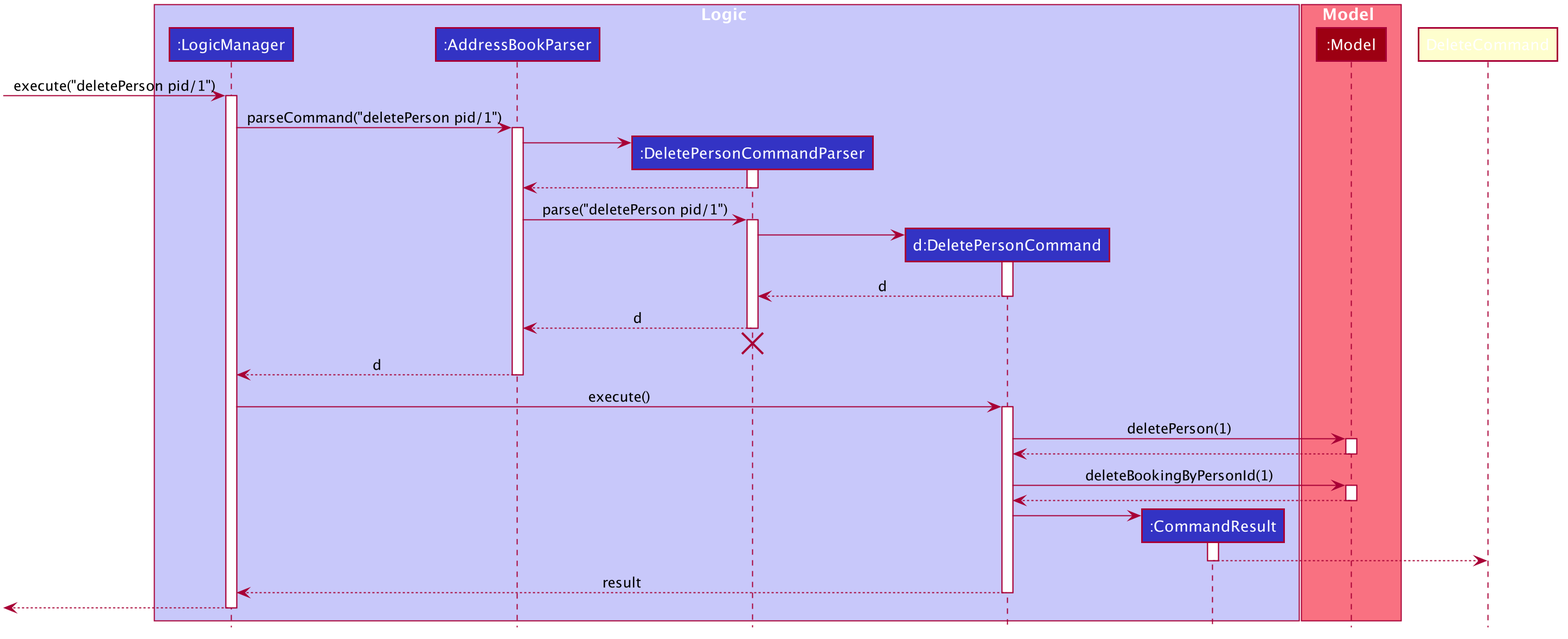
Earlier version of the PlantUML export docs/images/DeleteSequenceDiagram.png (zeling595/tp).
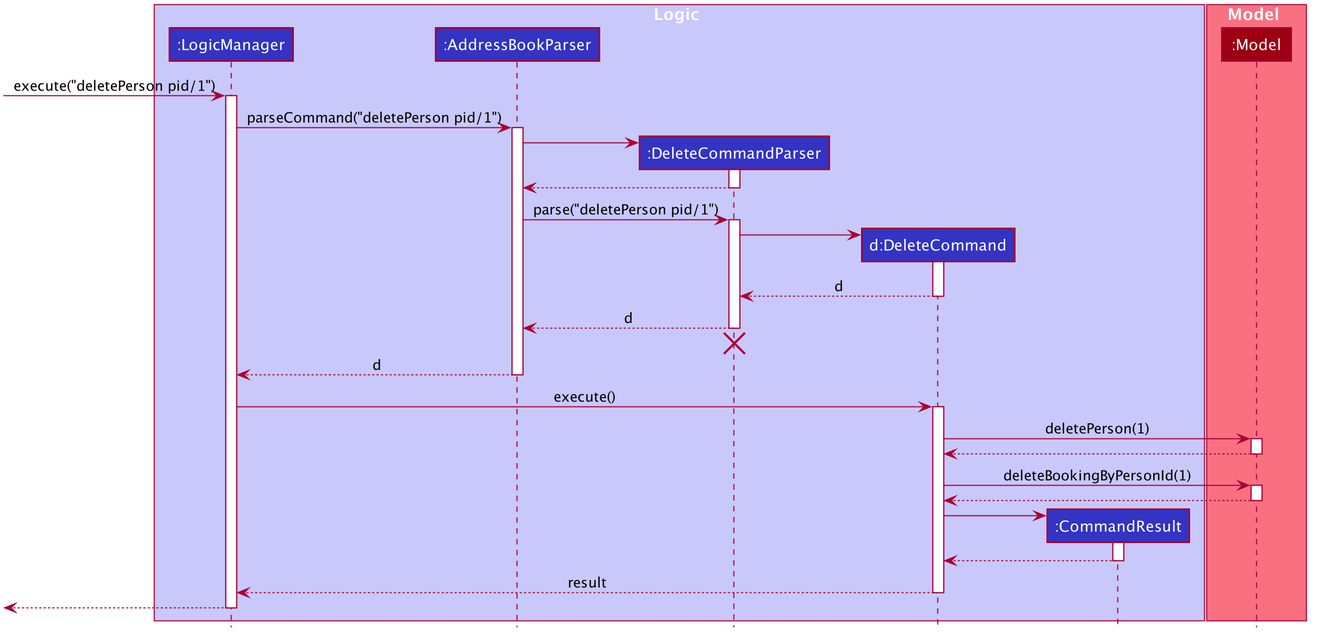
After the change.

What changed in the source:
```diff
@@ -51,8 +51,8 @@
 box Logic #C8C8FA
 participant ":LogicManager" as LogicManager #3333C4
 participant ":AddressBookParser" as AddressBookParser #3333C4
-participant ":DeletePersonCommandParser" as DeletePersonCommandParser #3333C4
-participant "d:DeletePersonCommand" as DeletePersonCommand #3333C4
+participant ":DeleteCommandParser" as DeleteCommandParser #3333C4
+participant "d:DeleteCommand" as DeleteCommand #3333C4
 participant ":CommandResult" as CommandResult #3333C4
 end box
 
@@ -66,55 +66,55 @@
 LogicManager -> AddressBookParser : parseCommand("deletePerson pid/1")
 activate AddressBookParser
 
-create DeletePersonCommandParser
-AddressBookParser -> DeletePersonCommandParser
-activate DeletePersonCommandParser
+create DeleteCommandParser
+AddressBookParser -> DeleteCommandParser
+activate DeleteCommandParser
 
-DeletePersonCommandParser --> AddressBookParser
-deactivate DeletePersonCommandParser
+DeleteCommandParser --> AddressBookParser
+deactivate DeleteCommandParser
 
-AddressBookParser -> DeletePersonCommandParser : parse("deletePerson pid/1")
-activate DeletePersonCommandParser
+AddressBookParser -> DeleteCommandParser : parse("deletePerson pid/1")
+activate DeleteCommandParser
 
-create DeletePersonCommand
-DeletePersonCommandParser -> DeletePersonCommand
-activate DeletePersonCommand
+create DeleteCommand
+DeleteCommandParser -> DeleteCommand
+activate DeleteCommand
 
-DeletePersonCommand --> DeletePersonCommandParser : d
-deactivate DeletePersonCommand
+DeleteCommand --> DeleteCommandParser : d
+deactivate DeleteCommand
 
-DeletePersonCommandParser --> AddressBookParser : d
-deactivate DeletePersonCommandParser
-DeletePersonCommandParser -[hidden]-> AddressBookParser
-destroy DeletePersonCommandParser
+DeleteCommandParser --> AddressBookParser : d
+deactivate DeleteCommandParser
+DeleteCommandParser -[hidden]-> AddressBookParser
+destroy DeleteCommandParser
 
 AddressBookParser --> LogicManager : d
 deactivate AddressBookParser
 
-LogicManager -> DeletePersonCommand : execute()
-activate DeletePersonCommand
+LogicManager -> DeleteCommand : execute()
+activate DeleteCommand
 
-DeletePersonCommand -> Model : deletePerson(1)
+DeleteCommand -> Model : deletePerson(1)
 activate Model
 
-Model --> DeletePersonCommand
+Model --> DeleteCommand
 deactivate Model
 
-DeletePersonCommand -> Model : deleteBookingByPersonId(1)
+DeleteCommand -> Model : deleteBookingByPersonId(1)
 activate Model
 
-Model --> DeletePersonCommand
+Model --> DeleteCommand
 deactivate Model
 
 create CommandResult
-DeletePersonCommand -> CommandResult
+DeleteCommand -> CommandResult
 activate CommandResult
 
 CommandResult --> DeleteCommand
 deactivate CommandResult
 
-DeletePersonCommand --> LogicManager : result
-deactivate DeletePersonCommand
+DeleteCommand --> LogicManager : result
+deactivate DeleteCommand
 
 [<--LogicManager
 deactivate LogicManager
```
